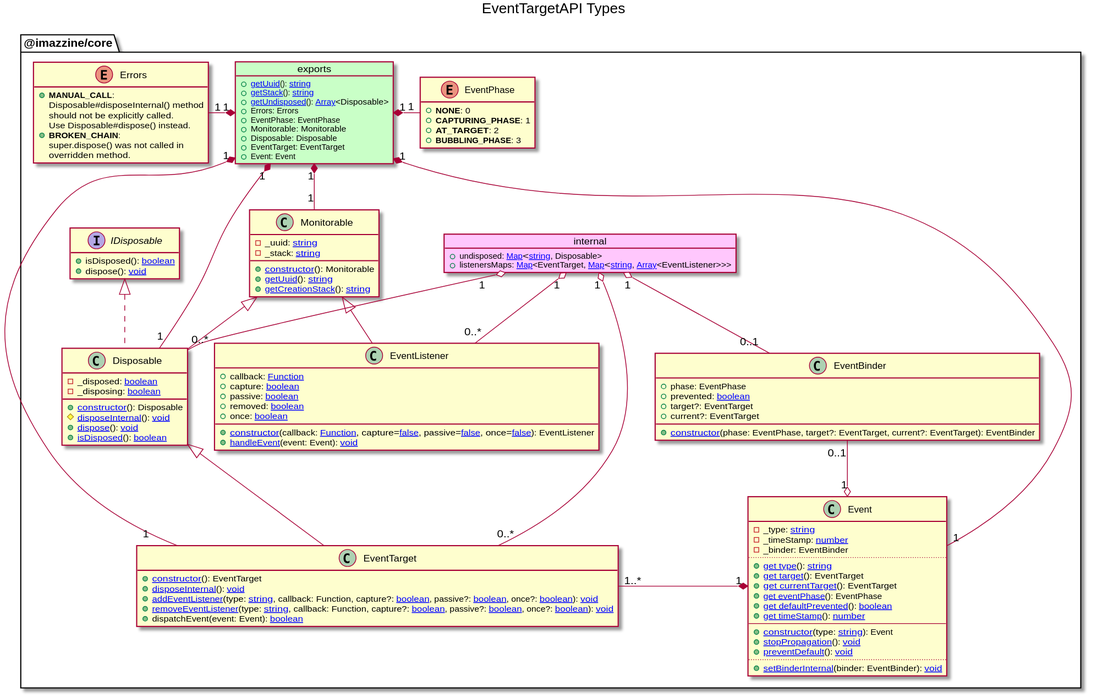
Above: _uml/svg/EventTargetAPI/Types.svg in imazzine/imazzine.github.io (PlantUML), before the change.
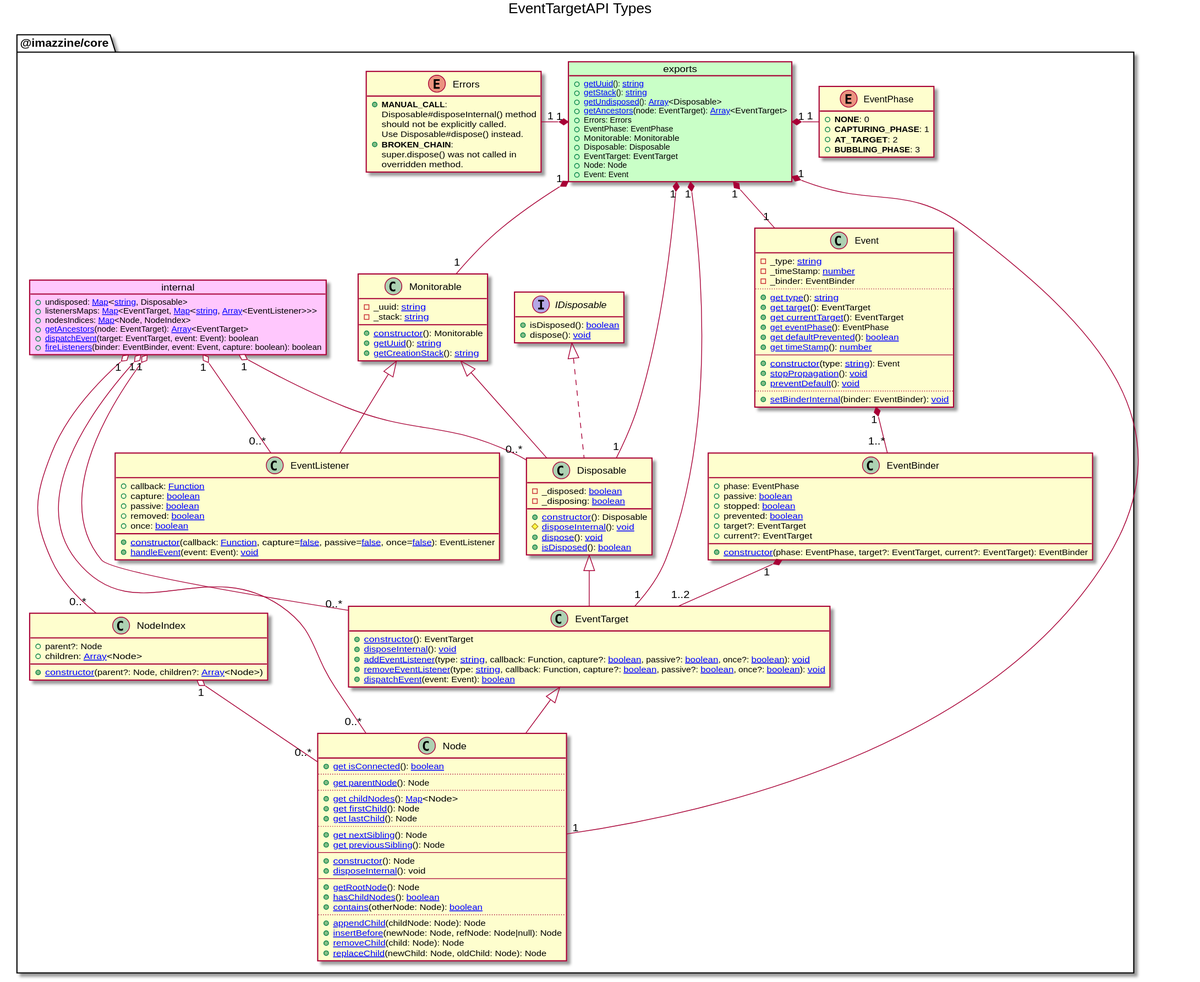
Later version of the same file.

Diff of the diagram source:
```diff
@@ -16,17 +16,23 @@
         object internal #ffc7fd {
             +undisposed: [[https://developer.mozilla.org/en-US/docs/Web/JavaScript/Reference/Global_Objects/Map Map]]<[[https://developer.mozilla.org/en-US/docs/Web/JavaScript/Reference/Global_Objects/String string]], Disposable>
             +listenersMaps: [[https://developer.mozilla.org/en-US/docs/Web/JavaScript/Reference/Global_Objects/Map Map]]<EventTarget, [[https://developer.mozilla.org/en-US/docs/Web/JavaScript/Reference/Global_Objects/Map Map]]<[[https://developer.mozilla.org/en-US/docs/Web/JavaScript/Reference/Global_Objects/String string]], [[https://developer.mozilla.org/en-US/docs/Web/JavaScript/Reference/Global_Objects/Array Array]]<EventListener>>>
+            +nodesIndices: [[https://developer.mozilla.org/en-US/docs/Web/JavaScript/Reference/Global_Objects/Map Map]]<Node, NodeIndex>
+            +[[./Definition_internal.getAncestors.svg getAncestors]](node: EventTarget): [[https://developer.mozilla.org/en-US/docs/Web/JavaScript/Reference/Global_Objects/Array Array]]<EventTarget>
+            +[[./Definition_internal.dispatchEvent.svg dispatchEvent]](target: EventTarget, event: Event): boolean
+            +[[./Definition_internal.fireListeners.svg fireListeners]](binder: EventBinder, event: Event, capture: boolean): boolean
         }
 
         object "exports" as ImazzineCorePackageExports #c9ffc7 {
             +[[./Definition_exports.getUuid.svg getUuid]](): [[https://developer.mozilla.org/en-US/docs/Web/JavaScript/Reference/Global_Objects/String string]]
             +[[./Definition_exports.getStack.svg getStack]](): [[https://developer.mozilla.org/en-US/docs/Web/JavaScript/Reference/Global_Objects/String string]]
             +[[./Definition_exports.getUndisposed.svg getUndisposed]](): [[https://developer.mozilla.org/en-US/docs/Web/JavaScript/Reference/Global_Objects/Array Array]]<Disposable>
+            +[[./Definition_exports.getAncestors.svg getAncestors]](node: EventTarget): [[https://developer.mozilla.org/en-US/docs/Web/JavaScript/Reference/Global_Objects/Array Array]]<EventTarget>
             +Errors: Errors
             +EventPhase: EventPhase
             +Monitorable: Monitorable
             +Disposable: Disposable
             +EventTarget: EventTarget
+            +Node: Node
             +Event: Event
         }
 
@@ -85,19 +91,21 @@
             +[[./Definition_EventTarget.disposeInternal.svg disposeInternal]](): [[https://developer.mozilla.org/en-US/docs/Web/JavaScript/Reference/Operators/void void]]
             +[[./Definition_EventTarget.addEventListener.svg addEventListener]](type: [[https://developer.mozilla.org/en-US/docs/Web/JavaScript/Reference/Global_Objects/String string]], callback: Function, capture?: [[https://developer.mozilla.org/en-US/docs/Web/JavaScript/Reference/Global_Objects/Boolean boolean]], passive?: [[https://developer.mozilla.org/en-US/docs/Web/JavaScript/Reference/Global_Objects/Boolean boolean]], once?: [[https://developer.mozilla.org/en-US/docs/Web/JavaScript/Reference/Global_Objects/Boolean boolean]]): [[https://developer.mozilla.org/en-US/docs/Web/JavaScript/Reference/Operators/void void]]
             +[[./Definition_EventTarget.removeEventListener.svg removeEventListener]](type: [[https://developer.mozilla.org/en-US/docs/Web/JavaScript/Reference/Global_Objects/String string]], callback: Function, capture?: [[https://developer.mozilla.org/en-US/docs/Web/JavaScript/Reference/Global_Objects/Boolean boolean]], passive?: [[https://developer.mozilla.org/en-US/docs/Web/JavaScript/Reference/Global_Objects/Boolean boolean]], once?: [[https://developer.mozilla.org/en-US/docs/Web/JavaScript/Reference/Global_Objects/Boolean boolean]]): [[https://developer.mozilla.org/en-US/docs/Web/JavaScript/Reference/Operators/void void]]
-            +dispatchEvent(event: Event): [[https://developer.mozilla.org/en-US/docs/Web/JavaScript/Reference/Global_Objects/Boolean boolean]]
+            +[[./Definition_EventTarget.dispatchEvent.svg dispatchEvent]](event: Event): [[https://developer.mozilla.org/en-US/docs/Web/JavaScript/Reference/Global_Objects/Boolean boolean]]
         }
         internal "1" o-- "0..*" EventTarget
         ImazzineCorePackageExports "1" *-- "1" EventTarget
 
         class EventBinder {
             +phase: EventPhase
+            +passive: [[https://developer.mozilla.org/en-US/docs/Web/JavaScript/Reference/Global_Objects/Boolean boolean]]
+            +stopped: [[https://developer.mozilla.org/en-US/docs/Web/JavaScript/Reference/Global_Objects/Boolean boolean]]
             +prevented: [[https://developer.mozilla.org/en-US/docs/Web/JavaScript/Reference/Global_Objects/Boolean boolean]]
             +target?: EventTarget
             +current?: EventTarget
             +[[./Definition_EventBinder.constructor.svg constructor]](phase: EventPhase, target?: EventTarget, current?: EventTarget): EventBinder
         }
-        internal "1" o-- "0..1" EventBinder
+        EventBinder "1" *-- "1..2" EventTarget
 
         class Event {
             -_type: [[https://developer.mozilla.org/en-US/docs/Web/JavaScript/Reference/Global_Objects/String string]]
@@ -117,8 +125,42 @@
             ..
             +[[./Definition_Event.setBinderInternal.svg setBinderInternal]](binder: EventBinder): [[https://developer.mozilla.org/en-US/docs/Web/JavaScript/Reference/Operators/void void]]
         }
-        EventTarget "1..*" -* "1" Event
-        EventBinder "0..1" --o "1" Event
+        Event "1" *-- "1..*" EventBinder
         ImazzineCorePackageExports "1" *-- "1" Event
+
+        class Node extends EventTarget {
+            +[[./Definition_Node.isConnected.svg get isConnected]](): [[https://developer.mozilla.org/en-US/docs/Web/JavaScript/Reference/Global_Objects/Boolean boolean]]
+            ..
+            +[[./Definition_Node.parentNode.svg get parentNode]](): Node
+            ..
+            +[[./Definition_Node.childNodes.svg get childNodes]](): [[https://developer.mozilla.org/en-US/docs/Web/JavaScript/Reference/Global_Objects/Map Map]]<Node>
+            +[[./Definition_Node.firstChild.svg get firstChild]](): Node
+            +[[./Definition_Node.lastChild.svg get lastChild]](): Node
+            ..
+            +[[./Definition_Node.nextSibling.svg get nextSibling]](): Node
+            +[[./Definition_Node.previousSibling.svg get previousSibling]](): Node
+            --
+            +[[./Definition_Node.constructor.svg constructor]](): Node
+            +[[./Definition_Node.disposeInternal.svg disposeInternal]](): void
+            --
+            +[[./Definition_Node.getRootNode.svg getRootNode]](): Node
+            +[[./Definition_Node.hasChildNodes.svg hasChildNodes]](): [[https://developer.mozilla.org/en-US/docs/Web/JavaScript/Reference/Global_Objects/Boolean boolean]]
+            +[[./Definition_Node.contains.svg contains]](otherNode: Node): [[https://developer.mozilla.org/en-US/docs/Web/JavaScript/Reference/Global_Objects/Boolean boolean]]
+            ..
+            +[[./Definition_Node.appendChild.svg appendChild]](childNode: Node): Node
+            +[[./Definition_Node.insertBefore.svg insertBefore]](newNode: Node, refNode: Node|null): Node
+            +[[./Definition_Node.removeChild.svg removeChild]](child: Node): Node
+            +[[./Definition_Node.replaceChild.svg replaceChild]](newChild: Node, oldChild: Node): Node
+        }
+        internal "1" o-- "0..*" Node
+        ImazzineCorePackageExports "1" *-- "1" Node
+
+        class NodeIndex {
+            +parent?: Node
+            +children: [[https://developer.mozilla.org/en-US/docs/Web/JavaScript/Reference/Global_Objects/Array Array]]<Node>
+            +[[./Definition_NodeIndex.constructor.svg constructor]](parent?: Node, children?: [[https://developer.mozilla.org/en-US/docs/Web/JavaScript/Reference/Global_Objects/Array Array]]<Node>)
+        }
+        internal "1" o-- "0..*" NodeIndex
+        NodeIndex "1" o-- "0..*" Node
     }
 @enduml
```
